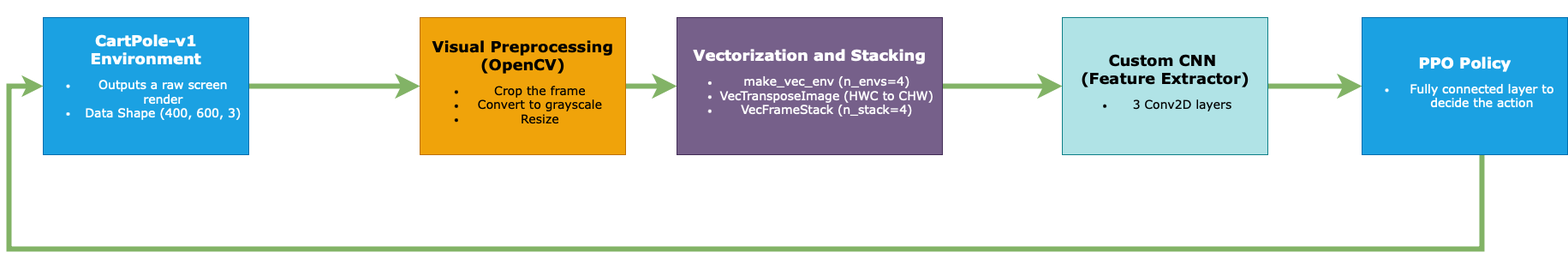
This is media/architecture.png from sahand1807/visual-cart-pole-rl, a draw.io export, as it was before one commit. Source tidied: cells renumbered, new cells last; positions are measured from the earlier drawing's top-left corner, leaving out a move shared by most shapes.
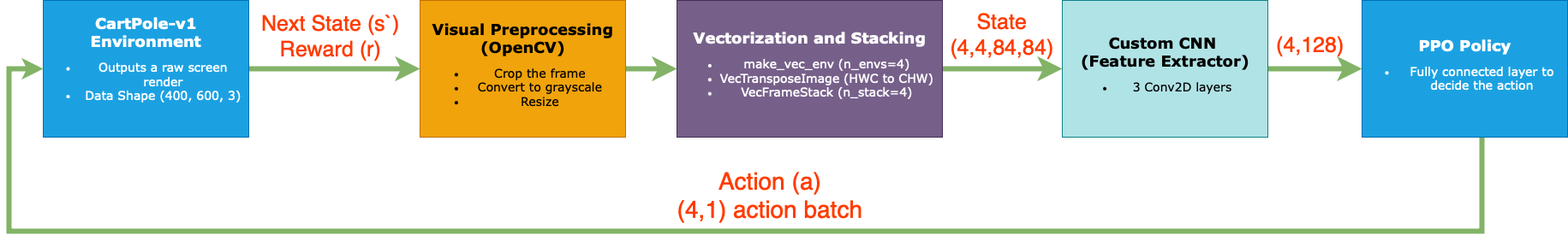
Later version of the same file.

Commit message:
docs: Fix a typo and clarify the arrow descriptions in the architecture

What changed in the source:
```diff
@@ -5,6 +5,11 @@
     <mxCell id="2" style="edgeStyle=orthogonalEdgeStyle;rounded=0;jettySize=auto;html=1;fillColor=#d5e8d4;gradientColor=#97d077;strokeColor=#82b366;startSize=14;endSize=10;strokeWidth=6;" parent="1" edge="1" source="3" target="5">
       <mxGeometry relative="1" as="geometry" />
     </mxCell>
+    <mxCell id="18" value="&lt;font style=&quot;font-size: 25px; color: light-dark(rgb(255, 59, 0), rgb(255, 38, 0));&quot;&gt;Next State (s`)&lt;/font&gt;&lt;div&gt;&lt;span style=&quot;font-size: 25px; color: light-dark(rgb(255, 59, 0), rgb(255, 38, 0));&quot;&gt;Reward (r)&lt;/span&gt;&lt;/div&gt;" style="edgeLabel;html=1;align=center;verticalAlign=middle;labelBackgroundColor=none;fontColor=light-dark(default, #ff2600);" parent="2" vertex="1">
+      <mxGeometry x="-0.06" y="-3" relative="1" as="geometry">
+        <mxPoint y="-43" as="offset" />
+      </mxGeometry>
+    </mxCell>
     <mxCell id="3" value="&lt;b&gt;&lt;font face=&quot;Verdana&quot; style=&quot;font-size: 18px;&quot;&gt;CartPole-v1 Environment&lt;/font&gt;&lt;/b&gt;&lt;div&gt;&lt;ul&gt;&lt;li&gt;&lt;span style=&quot;font-size: 14px; font-family: Verdana;&quot;&gt;Outputs a raw screen render&lt;/span&gt;&lt;br&gt;&lt;/li&gt;&lt;li&gt;&lt;span style=&quot;font-family: Verdana; font-size: 14px;&quot;&gt;Data Shape (400, 600, 3)&lt;/span&gt;&lt;br&gt;&lt;/li&gt;&lt;/ul&gt;&lt;/div&gt;&lt;div&gt;&lt;div&gt;&lt;br&gt;&lt;/div&gt;&lt;/div&gt;" style="rounded=0;whiteSpace=wrap;html=1;fillColor=#1ba1e2;fontColor=#ffffff;strokeColor=#006EAF;" parent="1" vertex="1">
       <mxGeometry x="40" y="20" width="240" height="160" as="geometry" />
     </mxCell>
@@ -17,17 +22,22 @@
     <mxCell id="6" style="edgeStyle=orthogonalEdgeStyle;rounded=0;jettySize=auto;html=1;fillColor=#d5e8d4;gradientColor=#97d077;strokeColor=#82b366;strokeWidth=6;startSize=14;endSize=10;" parent="1" edge="1" source="8" target="10">
       <mxGeometry relative="1" as="geometry" />
     </mxCell>
-    <mxCell id="7" value="&lt;span style=&quot;color: light-dark(transparent, rgb(255, 38, 0));&quot;&gt;&lt;font style=&quot;font-size: 20px;&quot;&gt;(4,4,84,84)&lt;/font&gt;&lt;/span&gt;" style="edgeLabel;html=1;align=center;verticalAlign=middle;labelBackgroundColor=none;" parent="6" vertex="1">
-      <mxGeometry x="-0.2" y="-1" relative="1" as="geometry">
-        <mxPoint x="7" y="-21" as="offset" />
-      </mxGeometry>
-    </mxCell>
+    <mxCell id="19" value="&lt;font style=&quot;font-size: 25px; color: light-dark(rgb(255, 59, 0), rgb(255, 38, 0));&quot;&gt;State&lt;/font&gt;&lt;div&gt;&lt;font style=&quot;font-size: 25px; color: light-dark(rgb(255, 59, 0), rgb(255, 38, 0));&quot;&gt;(4,4,84,84)&lt;/font&gt;&lt;/div&gt;" style="edgeLabel;html=1;align=center;verticalAlign=middle;fontColor=light-dark(default, #ff2600);labelBackgroundColor=none;" parent="6" vertex="1">
+      <mxGeometry x="-0.33" y="6" relative="1" as="geometry">
+        <mxPoint x="21" y="-36" as="offset" />
+      </mxGeometry>
+    </mxCell>
     <mxCell id="8" value="&lt;font face=&quot;Verdana&quot; style=&quot;font-size: 18px;&quot;&gt;&lt;b&gt;Vectorization and Stacking&lt;/b&gt;&lt;/font&gt;&lt;div&gt;&lt;ul&gt;&lt;li&gt;&lt;font face=&quot;Verdana&quot;&gt;&lt;span style=&quot;font-size: 14px;&quot;&gt;make_vec_env (n_envs=4)&lt;/span&gt;&lt;/font&gt;&lt;/li&gt;&lt;li&gt;&lt;font style=&quot;font-size: 14px;&quot; face=&quot;Verdana&quot;&gt;VecTransposeImage (HWC to CHW)&lt;/font&gt;&lt;/li&gt;&lt;li&gt;&lt;font style=&quot;font-size: 14px;&quot; face=&quot;Verdana&quot;&gt;VecFrameStack (n_stack=4)&lt;/font&gt;&lt;/li&gt;&lt;/ul&gt;&lt;/div&gt;" style="rounded=0;whiteSpace=wrap;html=1;fillColor=#76608a;fontColor=#ffffff;strokeColor=#432D57;" parent="1" vertex="1">
       <mxGeometry x="780" y="20" width="310" height="160" as="geometry" />
     </mxCell>
     <mxCell id="9" style="edgeStyle=orthogonalEdgeStyle;rounded=0;jettySize=auto;html=1;fillColor=#d5e8d4;gradientColor=#97d077;strokeColor=#82b366;strokeWidth=6;startSize=14;endSize=10;" parent="1" edge="1" source="10" target="12">
       <mxGeometry relative="1" as="geometry" />
     </mxCell>
+    <mxCell id="13" value="&lt;font style=&quot;font-size: 25px; color: light-dark(rgb(255, 59, 0), rgb(255, 38, 0));&quot;&gt;(4,128)&lt;/font&gt;" style="edgeLabel;html=1;align=center;verticalAlign=middle;fontColor=light-dark(default, #ff2600);labelBackgroundColor=none;" parent="9" vertex="1">
+      <mxGeometry x="0.26" relative="1" as="geometry">
+        <mxPoint x="-22" y="-30" as="offset" />
+      </mxGeometry>
+    </mxCell>
     <mxCell id="10" value="&lt;div&gt;&lt;font face=&quot;Verdana&quot; style=&quot;font-size: 18px;&quot;&gt;&lt;b&gt;Custom CNN&amp;nbsp;&lt;/b&gt;&lt;/font&gt;&lt;/div&gt;&lt;div&gt;&lt;font face=&quot;Verdana&quot; style=&quot;font-size: 18px;&quot;&gt;&lt;b&gt;(Feature Extractor)&lt;/b&gt;&lt;/font&gt;&lt;/div&gt;&lt;div&gt;&lt;ul&gt;&lt;li&gt;&lt;span style=&quot;font-size: 14px; font-family: Verdana;&quot;&gt;3 Conv2D layers&lt;br&gt;&lt;/span&gt;&lt;/li&gt;&lt;/ul&gt;&lt;/div&gt;" style="rounded=0;whiteSpace=wrap;html=1;fillColor=#b0e3e6;strokeColor=#0e8088;" parent="1" vertex="1">
       <mxGeometry x="1230" y="20" width="240" height="160" as="geometry" />
     </mxCell>
@@ -43,29 +53,13 @@
         </Array>
       </mxGeometry>
     </mxCell>
+    <mxCell id="20" value="&lt;font style=&quot;font-size: 28px; color: light-dark(rgb(255, 59, 0), rgb(255, 38, 0));&quot;&gt;Action (a)&lt;/font&gt;&lt;div&gt;&lt;font style=&quot;font-size: 28px; color: light-dark(rgb(255, 59, 0), rgb(255, 38, 0));&quot;&gt;(4,1) action batch&lt;/font&gt;&lt;/div&gt;" style="edgeLabel;html=1;align=center;verticalAlign=middle;labelBackgroundColor=none;fontColor=light-dark(default, #ff2600);" parent="11" vertex="1">
+      <mxGeometry x="-0.27" y="-4" relative="1" as="geometry">
+        <mxPoint x="-273" y="-40" as="offset" />
+      </mxGeometry>
+    </mxCell>
     <mxCell id="12" value="&lt;div&gt;&lt;b style=&quot;font-size: 18px; font-family: Verdana;&quot;&gt;PPO Policy&lt;/b&gt;&lt;/div&gt;&lt;div&gt;&lt;ul&gt;&lt;li&gt;&lt;font face=&quot;Verdana&quot;&gt;&lt;span style=&quot;font-size: 14px;&quot;&gt;Fully connected layer to decide the action&lt;/span&gt;&lt;/font&gt;&lt;/li&gt;&lt;/ul&gt;&lt;/div&gt;" style="rounded=0;whiteSpace=wrap;html=1;fillColor=#1ba1e2;fontColor=#ffffff;strokeColor=#006EAF;" parent="1" vertex="1">
       <mxGeometry x="1580" y="20" width="240" height="160" as="geometry" />
     </mxCell>
-    <mxCell id="13" value="&lt;span style=&quot;color: light-dark(transparent, rgb(255, 38, 0));&quot;&gt;&lt;font style=&quot;font-size: 20px;&quot;&gt;(4,128)&lt;/font&gt;&lt;/span&gt;" style="edgeLabel;html=1;align=center;verticalAlign=middle;labelBackgroundColor=none;" parent="1" vertex="1">
-      <mxGeometry x="1522" y="80" as="geometry" />
-    </mxCell>
-    <mxCell id="14" value="&lt;span style=&quot;color: light-dark(transparent, rgb(255, 38, 0));&quot;&gt;&lt;font style=&quot;font-size: 20px;&quot;&gt;(4,1) action batch&lt;/font&gt;&lt;/span&gt;" style="edgeLabel;html=1;align=center;verticalAlign=middle;labelBackgroundColor=none;" parent="1" vertex="1">
-      <mxGeometry x="1040" y="270" as="geometry" />
-    </mxCell>
-    <mxCell id="15" value="&lt;font style=&quot;color: light-dark(transparent, rgb(0, 97, 255)); font-size: 24px;&quot;&gt;State (s)&lt;/font&gt;" style="edgeLabel;html=1;align=center;verticalAlign=middle;labelBackgroundColor=none;" parent="1" vertex="1">
-      <mxGeometry x="1180" as="geometry">
-        <mxPoint x="-27" y="53" as="offset" />
-      </mxGeometry>
-    </mxCell>
-    <mxCell id="16" value="&lt;font style=&quot;color: light-dark(transparent, rgb(0, 97, 255)); font-size: 24px;&quot;&gt;Action (a)&lt;/font&gt;" style="edgeLabel;html=1;align=center;verticalAlign=middle;labelBackgroundColor=none;" parent="1" vertex="1">
-      <mxGeometry x="1062" y="185" as="geometry">
-        <mxPoint x="-27" y="53" as="offset" />
-      </mxGeometry>
-    </mxCell>
-    <mxCell id="17" value="&lt;font style=&quot;color: light-dark(transparent, rgb(0, 97, 255)); font-size: 24px;&quot;&gt;Next State (s')&lt;/font&gt;&lt;div&gt;&lt;font style=&quot;color: light-dark(transparent, rgb(0, 97, 255)); font-size: 24px;&quot;&gt;Reward (r)&lt;/font&gt;&lt;/div&gt;" style="edgeLabel;html=1;align=center;verticalAlign=middle;labelBackgroundColor=none;" parent="1" vertex="1">
-      <mxGeometry x="403" y="10" as="geometry">
-        <mxPoint x="-27" y="53" as="offset" />
-      </mxGeometry>
-    </mxCell>
   </root>
 </mxGraphModel>
```
